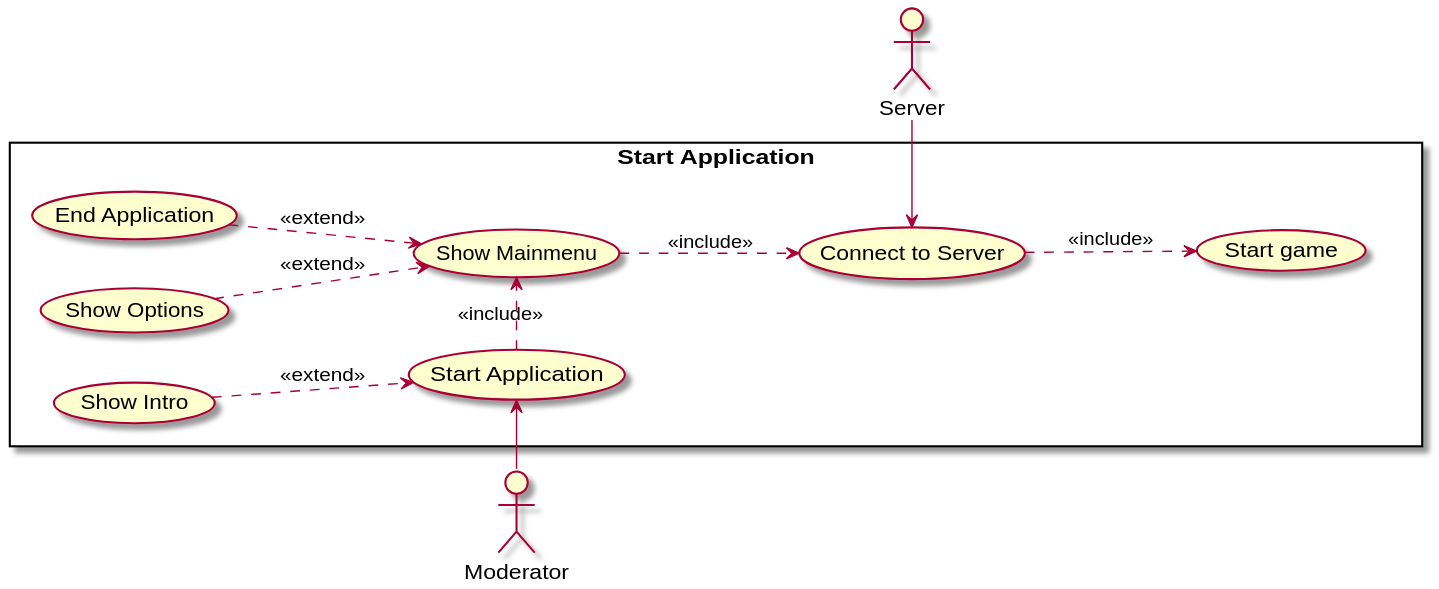
Earlier version of the PlantUML export Docs/Technical Specifications/docs/diagrams/UseCase/Moderator_Client_A.svg (Brotenko/QualityQuest).
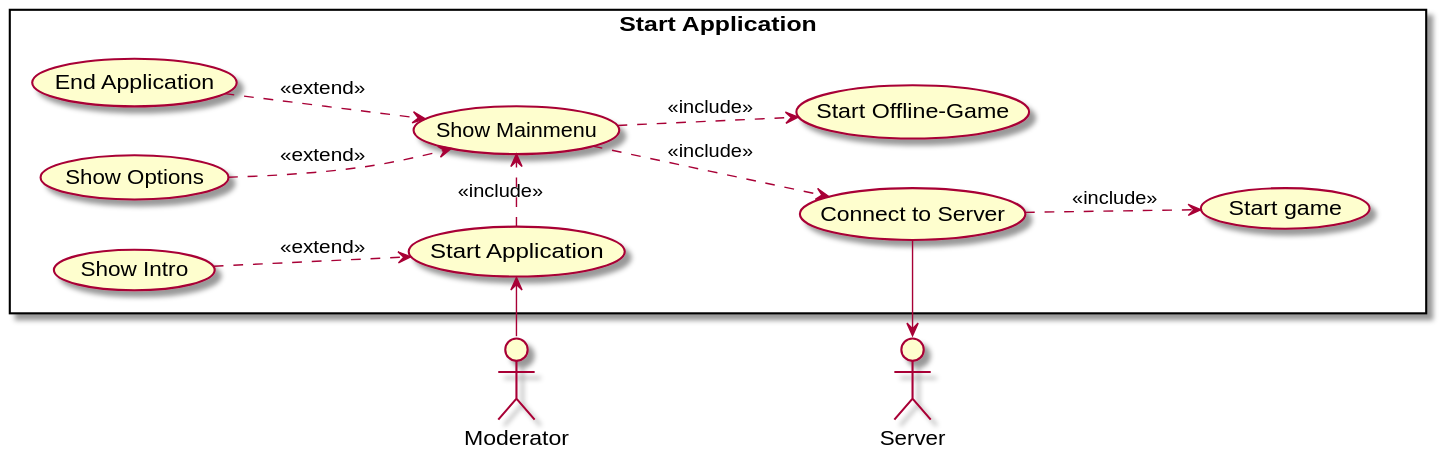
The same diagram one commit later.

The edit, as a diff of the source:
```diff
@@ -7,6 +7,7 @@
     usecase "Show Mainmenu" as mm
     usecase "Show Options" as so
     usecase "End Application" as ea
+    usecase "Start Offline-Game" as og
     together {
     usecase "Connect to Server" as cs
     usecase "Start game" as sg
@@ -24,5 +25,6 @@
 cs .down.> sg : <<include>>
 mm ..> cs : <<include>>
 ea ..> mm : <<extend>>
-se -> cs
+cs -left-> se
+mm ..> og : <<include>>
 @enduml
```
